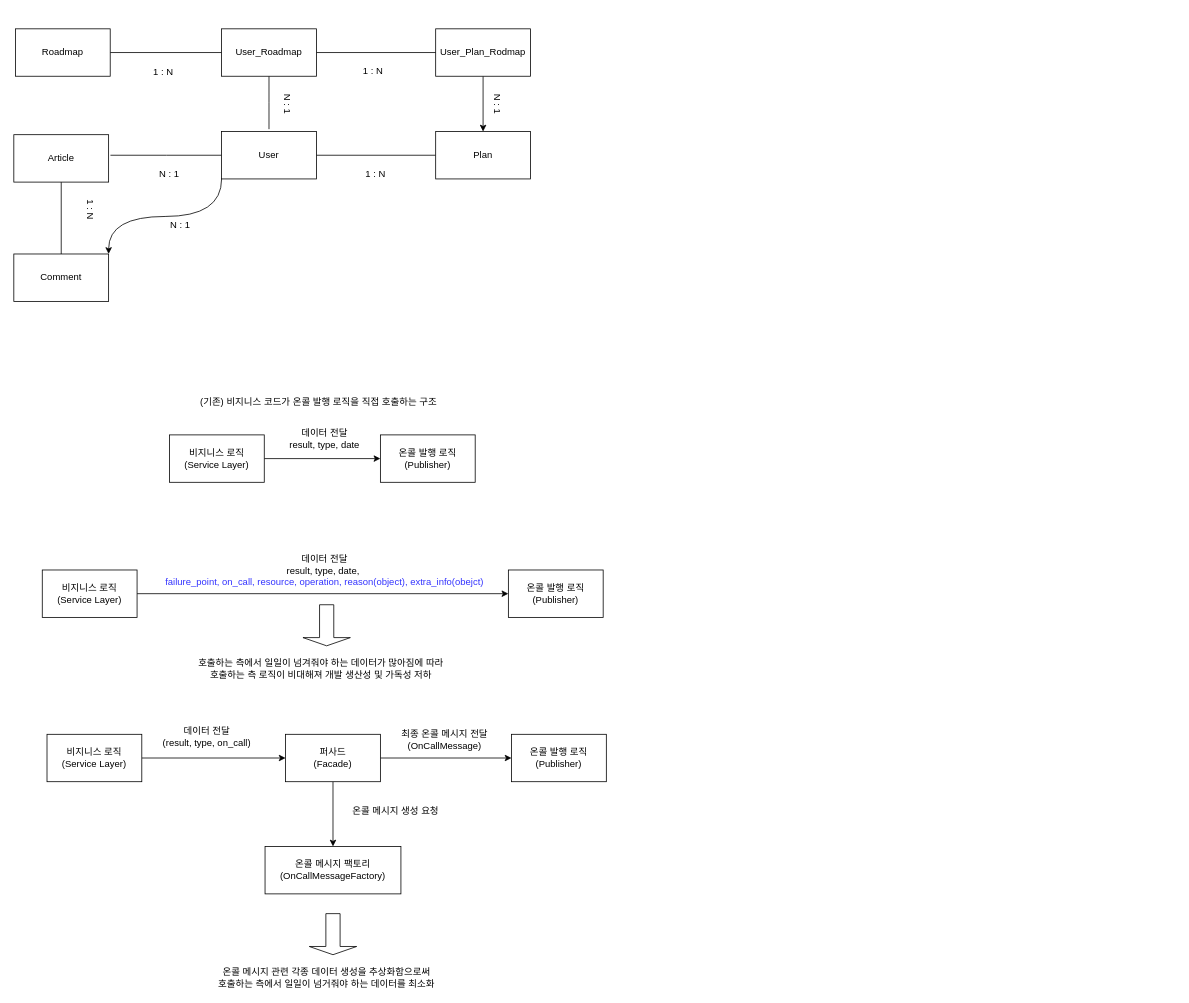
The draw.io diagram page "페이지-13" (13 of 14) of Untitled Diagram.drawio in ikjo93/Class-Diagram, before the edit. Source tidied: cells renumbered, new cells numbered last; positions are measured from the earlier drawing's top-left corner, leaving out a move shared by most shapes. Both pictures are drawn from the tidied source at 79%, with x=0, y=0 at pixel (13, 28).
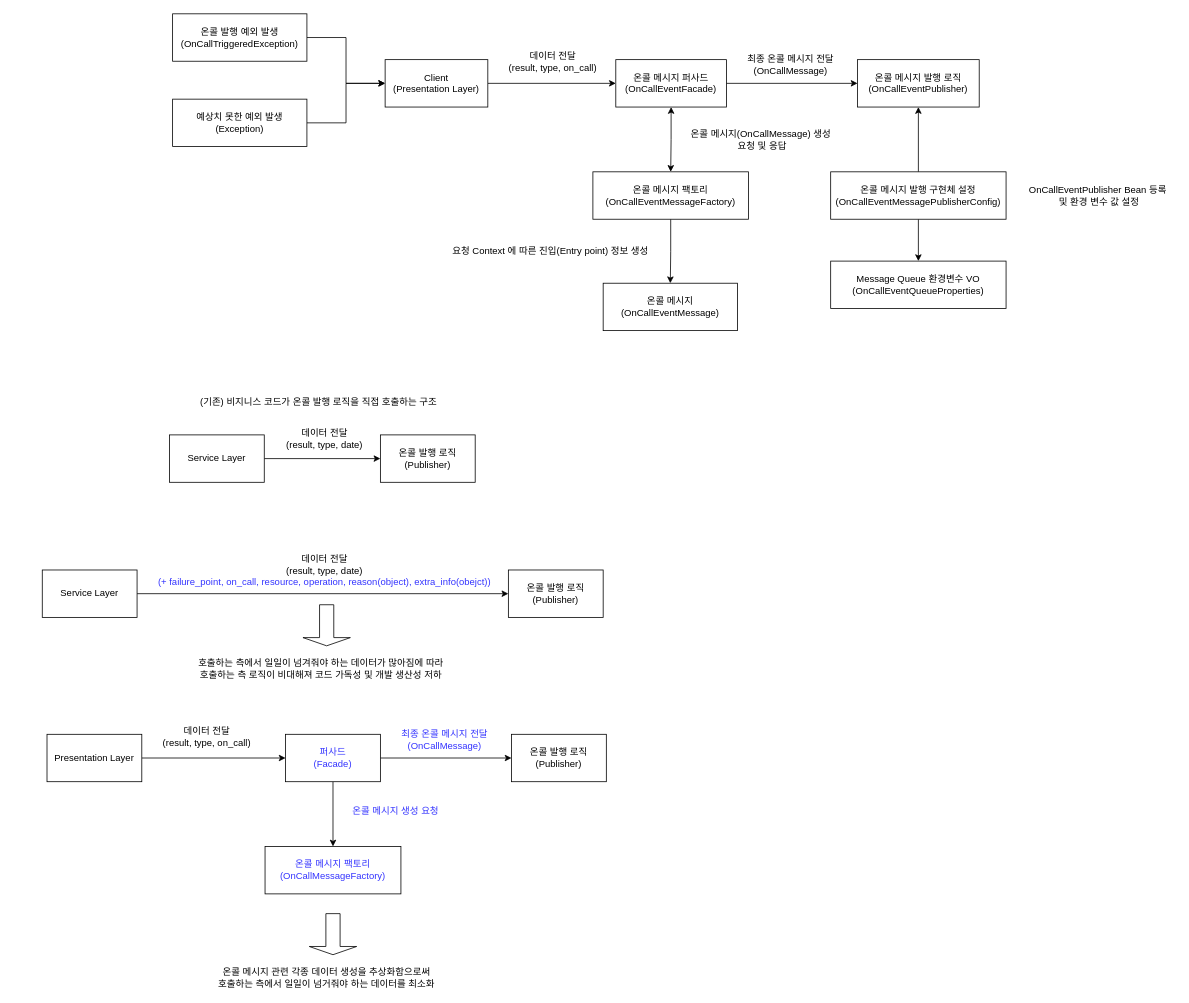
After the change.

Diff of the diagram source:
```diff
@@
-    <mxCell id="2" value="1 : N" style="text;html=1;strokeColor=none;fillColor=none;align=center;verticalAlign=middle;whiteSpace=wrap;rounded=0;" parent="1" vertex="1">
-      <mxGeometry x="124" y="40" width="131" height="30" as="geometry" />
-    </mxCell>
-    <mxCell id="3" style="edgeStyle=orthogonalEdgeStyle;rounded=0;jettySize=auto;html=1;endArrow=none;endFill=0;entryX=0;entryY=0.5;entryDx=0;entryDy=0;entryPerimeter=0;" parent="1" edge="1" source="4" target="9">
-      <mxGeometry relative="1" as="geometry" />
-    </mxCell>
-    <mxCell id="4" value="Roadmap" style="whiteSpace=wrap;html=1;" parent="1" vertex="1">
-      <mxGeometry x="2" width="120" height="60" as="geometry" />
-    </mxCell>
-    <mxCell id="5" style="edgeStyle=orthogonalEdgeStyle;rounded=0;jettySize=auto;html=1;" parent="1" edge="1" source="6" target="16">
-      <mxGeometry relative="1" as="geometry" />
-    </mxCell>
-    <mxCell id="6" value="User_Plan_Rodmap" style="rounded=0;whiteSpace=wrap;html=1;" parent="1" vertex="1">
-      <mxGeometry x="534" width="120" height="60" as="geometry" />
-    </mxCell>
-    <mxCell id="7" style="edgeStyle=orthogonalEdgeStyle;rounded=0;jettySize=auto;html=1;endArrow=none;endFill=0;" parent="1" edge="1" source="9" target="6">
-      <mxGeometry relative="1" as="geometry" />
-    </mxCell>
-    <mxCell id="8" style="edgeStyle=orthogonalEdgeStyle;rounded=0;jettySize=auto;html=1;endArrow=none;endFill=0;" parent="1" edge="1" source="9">
-      <mxGeometry relative="1" as="geometry">
-        <mxPoint x="323" y="127" as="targetPoint" />
-      </mxGeometry>
-    </mxCell>
-    <mxCell id="9" value="User_Roadmap" style="rounded=0;whiteSpace=wrap;html=1;" parent="1" vertex="1">
-      <mxGeometry x="263" width="120" height="60" as="geometry" />
-    </mxCell>
-    <mxCell id="10" value="1 : N" style="text;html=1;strokeColor=none;fillColor=none;align=center;verticalAlign=middle;whiteSpace=wrap;rounded=0;" parent="1" vertex="1">
-      <mxGeometry x="396" y="39" width="118" height="30" as="geometry" />
-    </mxCell>
-    <mxCell id="11" style="edgeStyle=orthogonalEdgeStyle;rounded=0;jettySize=auto;html=1;entryX=0;entryY=0.5;entryDx=0;entryDy=0;endArrow=none;endFill=0;" parent="1" edge="1" source="14" target="16">
-      <mxGeometry relative="1" as="geometry" />
-    </mxCell>
-    <mxCell id="12" style="edgeStyle=orthogonalEdgeStyle;rounded=0;jettySize=auto;html=1;endArrow=none;endFill=0;" parent="1" edge="1" source="14">
-      <mxGeometry relative="1" as="geometry">
-        <mxPoint x="122.3" y="160" as="targetPoint" />
-      </mxGeometry>
-    </mxCell>
-    <mxCell id="13" style="edgeStyle=orthogonalEdgeStyle;jettySize=auto;html=1;exitX=0;exitY=1;exitDx=0;exitDy=0;entryX=1;entryY=0;entryDx=0;entryDy=0;curved=1;" parent="1" edge="1" source="14" target="19">
-      <mxGeometry relative="1" as="geometry" />
-    </mxCell>
-    <mxCell id="14" value="User" style="rounded=0;whiteSpace=wrap;html=1;" parent="1" vertex="1">
-      <mxGeometry x="263" y="130" width="120" height="60" as="geometry" />
-    </mxCell>
-    <mxCell id="15" value="N : 1" style="text;html=1;strokeColor=none;fillColor=none;align=center;verticalAlign=middle;whiteSpace=wrap;rounded=0;rotation=90;" parent="1" vertex="1">
-      <mxGeometry x="285" y="79" width="123" height="33" as="geometry" />
-    </mxCell>
-    <mxCell id="16" value="Plan" style="rounded=0;whiteSpace=wrap;html=1;" parent="1" vertex="1">
-      <mxGeometry x="534" y="130" width="120" height="60" as="geometry" />
-    </mxCell>
-    <mxCell id="17" value="N : 1" style="text;html=1;strokeColor=none;fillColor=none;align=center;verticalAlign=middle;whiteSpace=wrap;rounded=0;rotation=90;" parent="1" vertex="1">
-      <mxGeometry x="538" y="80.5" width="149" height="30" as="geometry" />
-    </mxCell>
-    <mxCell id="18" value="1 : N" style="text;html=1;strokeColor=none;fillColor=none;align=center;verticalAlign=middle;whiteSpace=wrap;rounded=0;" parent="1" vertex="1">
-      <mxGeometry x="394" y="169" width="128" height="30" as="geometry" />
-    </mxCell>
-    <mxCell id="19" value="Comment" style="rounded=0;whiteSpace=wrap;html=1;" parent="1" vertex="1">
-      <mxGeometry y="285" width="120" height="60" as="geometry" />
-    </mxCell>
-    <mxCell id="20" style="edgeStyle=orthogonalEdgeStyle;rounded=0;jettySize=auto;html=1;entryX=0.5;entryY=0;entryDx=0;entryDy=0;endArrow=none;endFill=0;" parent="1" edge="1" source="21" target="19">
-      <mxGeometry relative="1" as="geometry" />
-    </mxCell>
-    <mxCell id="21" value="Article" style="rounded=0;whiteSpace=wrap;html=1;" parent="1" vertex="1">
-      <mxGeometry y="134" width="120" height="60" as="geometry" />
-    </mxCell>
-    <mxCell id="22" value="N : 1" style="text;html=1;strokeColor=none;fillColor=none;align=center;verticalAlign=middle;whiteSpace=wrap;rounded=0;" parent="1" vertex="1">
-      <mxGeometry x="136" y="169" width="122" height="30" as="geometry" />
-    </mxCell>
-    <mxCell id="23" value="1 : N" style="text;html=1;strokeColor=none;fillColor=none;align=center;verticalAlign=middle;whiteSpace=wrap;rounded=0;rotation=90;" parent="1" vertex="1">
-      <mxGeometry x="36" y="214" width="122" height="30" as="geometry" />
-    </mxCell>
-    <mxCell id="24" value="N : 1" style="text;html=1;strokeColor=none;fillColor=none;align=center;verticalAlign=middle;whiteSpace=wrap;rounded=0;" parent="1" vertex="1">
-      <mxGeometry x="150" y="234" width="122" height="30" as="geometry" />
-    </mxCell>
@@
-    <mxCell id="26" value="비지니스 로직&lt;div&gt;(Service Layer)&lt;/div&gt;" style="whiteSpace=wrap;html=1;" parent="1" vertex="1">
+    <mxCell id="26" value="&lt;div&gt;Service Layer&lt;/div&gt;" style="whiteSpace=wrap;html=1;" parent="1" vertex="1">
       <mxGeometry x="197" y="514" width="120" height="60" as="geometry" />
     </mxCell>
@@
-    <mxCell id="28" value="&lt;div&gt;데이터 전달&lt;/div&gt;result, type, date" style="text;html=1;align=center;verticalAlign=middle;whiteSpace=wrap;rounded=0;" parent="1" vertex="1">
+    <mxCell id="28" value="&lt;div&gt;데이터 전달&lt;/div&gt;(result, type, date)" style="text;html=1;align=center;verticalAlign=middle;whiteSpace=wrap;rounded=0;" parent="1" vertex="1">
       <mxGeometry x="331" y="504" width="125" height="30" as="geometry" />
     </mxCell>
@@
-    <mxCell id="30" value="비지니스 로직&lt;div&gt;(Service Layer)&lt;/div&gt;" style="whiteSpace=wrap;html=1;" parent="1" vertex="1">
+    <mxCell id="30" value="&lt;div&gt;Service Layer&lt;/div&gt;" style="whiteSpace=wrap;html=1;" parent="1" vertex="1">
       <mxGeometry x="36" y="685" width="120" height="60" as="geometry" />
     </mxCell>
@@
-    <mxCell id="32" value="&lt;div&gt;데이터 전달&lt;/div&gt;result, type, date,&amp;nbsp;&lt;div&gt;&lt;font color=&quot;#3333ff&quot;&gt;failure_point, on_call, resource, operation, reason(object), extra_info(obejct)&lt;/font&gt;&lt;/div&gt;" style="text;html=1;align=center;verticalAlign=middle;whiteSpace=wrap;rounded=0;" parent="1" vertex="1">
+    <mxCell id="32" value="&lt;div&gt;데이터 전달&lt;/div&gt;(result, type, date)&lt;div&gt;&lt;font color=&quot;#3333ff&quot;&gt;(+ failure_point, on_call, resource, operation, reason(object), extra_info(obejct))&lt;/font&gt;&lt;/div&gt;" style="text;html=1;align=center;verticalAlign=middle;whiteSpace=wrap;rounded=0;" parent="1" vertex="1">
       <mxGeometry x="176" y="671" width="435" height="30" as="geometry" />
     </mxCell>
-    <mxCell id="33" value="호출하는 측에서 일일이 넘겨줘야 하는 데이터가 많아짐에 따라&lt;div&gt;호출하는 측 로직이 비대해져 개발 생산성 및 가독성 저하&lt;/div&gt;" style="text;html=1;align=center;verticalAlign=middle;whiteSpace=wrap;rounded=0;" parent="1" vertex="1">
+    <mxCell id="33" value="호출하는 측에서 일일이 넘겨줘야 하는 데이터가 많아짐에 따라&lt;div&gt;호출하는 측 로직이 비대해져 코드 가독성 및 개발 생산성 저하&lt;/div&gt;" style="text;html=1;align=center;verticalAlign=middle;whiteSpace=wrap;rounded=0;" parent="1" vertex="1">
       <mxGeometry x="194" y="795" width="390" height="30" as="geometry" />
     </mxCell>
@@
-    <mxCell id="37" value="비지니스 로직&lt;div&gt;(Service Layer)&lt;/div&gt;" style="whiteSpace=wrap;html=1;" parent="1" vertex="1">
+    <mxCell id="37" value="Presentation Layer" style="whiteSpace=wrap;html=1;" parent="1" vertex="1">
       <mxGeometry x="42" y="893" width="120" height="60" as="geometry" />
     </mxCell>
@@
-    <mxCell id="41" value="&lt;div&gt;퍼사드&lt;/div&gt;&lt;div&gt;(Facade)&lt;/div&gt;" style="whiteSpace=wrap;html=1;" parent="1" vertex="1">
+    <mxCell id="41" value="&lt;div&gt;&lt;font color=&quot;#3333ff&quot;&gt;퍼사드&lt;/font&gt;&lt;/div&gt;&lt;div&gt;&lt;font color=&quot;#3333ff&quot;&gt;(Facade)&lt;/font&gt;&lt;/div&gt;" style="whiteSpace=wrap;html=1;" parent="1" vertex="1">
       <mxGeometry x="344" y="893" width="120" height="60" as="geometry" />
     </mxCell>
-    <mxCell id="42" value="&lt;div&gt;온콜 메시지 팩토리&lt;/div&gt;&lt;div&gt;(OnCallMessageFactory)&lt;/div&gt;" style="whiteSpace=wrap;html=1;" parent="1" vertex="1">
+    <mxCell id="42" value="&lt;div&gt;&lt;font color=&quot;#3333ff&quot;&gt;온콜 메시지 팩토리&lt;/font&gt;&lt;/div&gt;&lt;div&gt;&lt;font color=&quot;#3333ff&quot;&gt;(OnCallMessageFactory)&lt;/font&gt;&lt;/div&gt;" style="whiteSpace=wrap;html=1;" parent="1" vertex="1">
       <mxGeometry x="318" y="1035" width="172" height="60" as="geometry" />
     </mxCell>
-    <mxCell id="43" value="최종 온콜 메시지 전달&lt;div&gt;(OnCallMessage)&lt;/div&gt;" style="text;html=1;align=center;verticalAlign=middle;whiteSpace=wrap;rounded=0;" parent="1" vertex="1">
+    <mxCell id="43" value="&lt;font color=&quot;#3333ff&quot;&gt;최종 온콜 메시지 전달&lt;/font&gt;&lt;div&gt;&lt;font color=&quot;#3333ff&quot;&gt;(OnCallMessage)&lt;/font&gt;&lt;/div&gt;" style="text;html=1;align=center;verticalAlign=middle;whiteSpace=wrap;rounded=0;" parent="1" vertex="1">
       <mxGeometry x="480" y="885" width="131" height="30" as="geometry" />
     </mxCell>
@@
-    <mxCell id="45" value="온콜 메시지 생성 요청" style="text;html=1;align=center;verticalAlign=middle;whiteSpace=wrap;rounded=0;" parent="1" vertex="1">
+    <mxCell id="45" value="&lt;font color=&quot;#3333ff&quot;&gt;온콜 메시지 생성 요청&lt;/font&gt;" style="text;html=1;align=center;verticalAlign=middle;whiteSpace=wrap;rounded=0;" parent="1" vertex="1">
       <mxGeometry x="418" y="975" width="131" height="30" as="geometry" />
     </mxCell>
@@
+    <mxCell id="48" style="edgeStyle=orthogonalEdgeStyle;rounded=0;jettySize=auto;html=1;entryX=0;entryY=0.5;entryDx=0;entryDy=0;" parent="1" edge="1" source="49" target="53">
+      <mxGeometry relative="1" as="geometry" />
+    </mxCell>
+    <mxCell id="49" value="Client&lt;div&gt;(Presentation Layer)&lt;/div&gt;" style="whiteSpace=wrap;html=1;" parent="1" vertex="1">
+      <mxGeometry x="470" y="39" width="130" height="60" as="geometry" />
+    </mxCell>
+    <mxCell id="50" value="온콜 메시지 발행 로직&lt;div&gt;(OnCallEventPublisher)&lt;/div&gt;" style="whiteSpace=wrap;html=1;" parent="1" vertex="1">
+      <mxGeometry x="1068" y="39" width="154" height="60" as="geometry" />
+    </mxCell>
+    <mxCell id="51" style="edgeStyle=orthogonalEdgeStyle;rounded=0;jettySize=auto;html=1;" parent="1" edge="1" source="53" target="50">
+      <mxGeometry relative="1" as="geometry" />
+    </mxCell>
+    <mxCell id="52" style="edgeStyle=orthogonalEdgeStyle;rounded=0;jettySize=auto;html=1;startArrow=classic;startFill=1;" parent="1" edge="1" source="53" target="55">
+      <mxGeometry relative="1" as="geometry" />
+    </mxCell>
+    <mxCell id="53" value="&lt;div&gt;온콜 메시지 퍼사드&lt;/div&gt;&lt;div&gt;(OnCallEventFacade)&lt;/div&gt;" style="whiteSpace=wrap;html=1;" parent="1" vertex="1">
+      <mxGeometry x="762" y="39" width="140" height="60" as="geometry" />
+    </mxCell>
+    <mxCell id="54" style="edgeStyle=orthogonalEdgeStyle;rounded=0;jettySize=auto;html=1;entryX=0.5;entryY=0;entryDx=0;entryDy=0;" parent="1" edge="1" source="55" target="68">
+      <mxGeometry relative="1" as="geometry" />
+    </mxCell>
+    <mxCell id="55" value="&lt;div&gt;온콜 메시지 팩토리&lt;/div&gt;&lt;div&gt;(OnCallEventMessageFactory)&lt;/div&gt;" style="whiteSpace=wrap;html=1;" parent="1" vertex="1">
+      <mxGeometry x="733" y="181" width="197" height="60" as="geometry" />
+    </mxCell>
+    <mxCell id="56" value="최종 온콜 메시지 전달&lt;div&gt;(OnCallMessage)&lt;/div&gt;" style="text;html=1;align=center;verticalAlign=middle;whiteSpace=wrap;rounded=0;" parent="1" vertex="1">
+      <mxGeometry x="918" y="31" width="131" height="30" as="geometry" />
+    </mxCell>
+    <mxCell id="57" value="데이터 전달&lt;div&gt;(result, type, on_call)&lt;/div&gt;" style="text;html=1;align=center;verticalAlign=middle;whiteSpace=wrap;rounded=0;" parent="1" vertex="1">
+      <mxGeometry x="617" y="27" width="131" height="30" as="geometry" />
+    </mxCell>
+    <mxCell id="58" value="온콜 메시지(OnCallMessage)&amp;nbsp;&lt;span style=&quot;background-color: initial;&quot;&gt;생성&amp;nbsp;&lt;/span&gt;&lt;div&gt;&lt;span style=&quot;background-color: initial;&quot;&gt;요청 및 응답&lt;/span&gt;&lt;/div&gt;" style="text;html=1;align=center;verticalAlign=middle;whiteSpace=wrap;rounded=0;" parent="1" vertex="1">
+      <mxGeometry x="839" y="126" width="217" height="30" as="geometry" />
+    </mxCell>
+    <mxCell id="59" style="edgeStyle=orthogonalEdgeStyle;rounded=0;jettySize=auto;html=1;entryX=0.5;entryY=1;entryDx=0;entryDy=0;" parent="1" edge="1" source="61" target="50">
+      <mxGeometry relative="1" as="geometry" />
+    </mxCell>
+    <mxCell id="60" style="edgeStyle=orthogonalEdgeStyle;rounded=0;jettySize=auto;html=1;exitX=0.5;exitY=1;exitDx=0;exitDy=0;entryX=0.5;entryY=0;entryDx=0;entryDy=0;" parent="1" edge="1" source="61" target="65">
+      <mxGeometry relative="1" as="geometry" />
+    </mxCell>
+    <mxCell id="61" value="&lt;div&gt;온콜 메시지 발행 구현체 설정&lt;/div&gt;&lt;div&gt;(OnCallEventMessagePublisherConfig)&lt;/div&gt;" style="whiteSpace=wrap;html=1;" parent="1" vertex="1">
+      <mxGeometry x="1034" y="181" width="222" height="60" as="geometry" />
+    </mxCell>
+    <mxCell id="62" value="OnCallEventPublisher Bean 등록&amp;nbsp;&lt;div&gt;및 환경 변수 값 설정&lt;/div&gt;" style="text;html=1;align=center;verticalAlign=middle;whiteSpace=wrap;rounded=0;" parent="1" vertex="1">
+      <mxGeometry x="1278" y="196" width="192" height="30" as="geometry" />
+    </mxCell>
+    <mxCell id="63" style="edgeStyle=orthogonalEdgeStyle;rounded=0;jettySize=auto;html=1;entryX=0;entryY=0.5;entryDx=0;entryDy=0;" parent="1" edge="1" source="64" target="49">
+      <mxGeometry relative="1" as="geometry" />
+    </mxCell>
+    <mxCell id="64" value="&lt;div&gt;온콜 발행 예외 발생&lt;/div&gt;(OnCallTriggeredException)" style="rounded=0;whiteSpace=wrap;html=1;" parent="1" vertex="1">
+      <mxGeometry x="201" y="-19" width="170" height="60" as="geometry" />
+    </mxCell>
+    <mxCell id="65" value="&lt;div&gt;Message Queue 환경변수 VO&lt;/div&gt;&lt;div&gt;(OnCallEventQueueProperties)&lt;/div&gt;" style="whiteSpace=wrap;html=1;" parent="1" vertex="1">
+      <mxGeometry x="1034" y="294" width="222" height="60" as="geometry" />
+    </mxCell>
+    <mxCell id="66" style="edgeStyle=orthogonalEdgeStyle;rounded=0;jettySize=auto;html=1;entryX=0;entryY=0.5;entryDx=0;entryDy=0;" parent="1" edge="1" source="67" target="49">
+      <mxGeometry relative="1" as="geometry" />
+    </mxCell>
+    <mxCell id="67" value="&lt;div&gt;예상치 못한 예외 발생&lt;/div&gt;(Exception)" style="rounded=0;whiteSpace=wrap;html=1;" parent="1" vertex="1">
+      <mxGeometry x="201" y="89" width="170" height="60" as="geometry" />
+    </mxCell>
+    <mxCell id="68" value="온콜 메시지&lt;div&gt;&lt;/div&gt;&lt;div&gt;(OnCall&lt;span style=&quot;background-color: initial;&quot;&gt;Event&lt;/span&gt;&lt;span style=&quot;background-color: initial;&quot;&gt;Message)&lt;/span&gt;&lt;/div&gt;" style="rounded=0;whiteSpace=wrap;html=1;" parent="1" vertex="1">
+      <mxGeometry x="746" y="322" width="170" height="60" as="geometry" />
+    </mxCell>
+    <mxCell id="69" value="요청 Context 에 따른 진입(Entry point) 정보 생성" style="text;html=1;align=center;verticalAlign=middle;whiteSpace=wrap;rounded=0;" parent="1" vertex="1">
+      <mxGeometry x="534" y="267" width="291" height="30" as="geometry" />
+    </mxCell>
```
